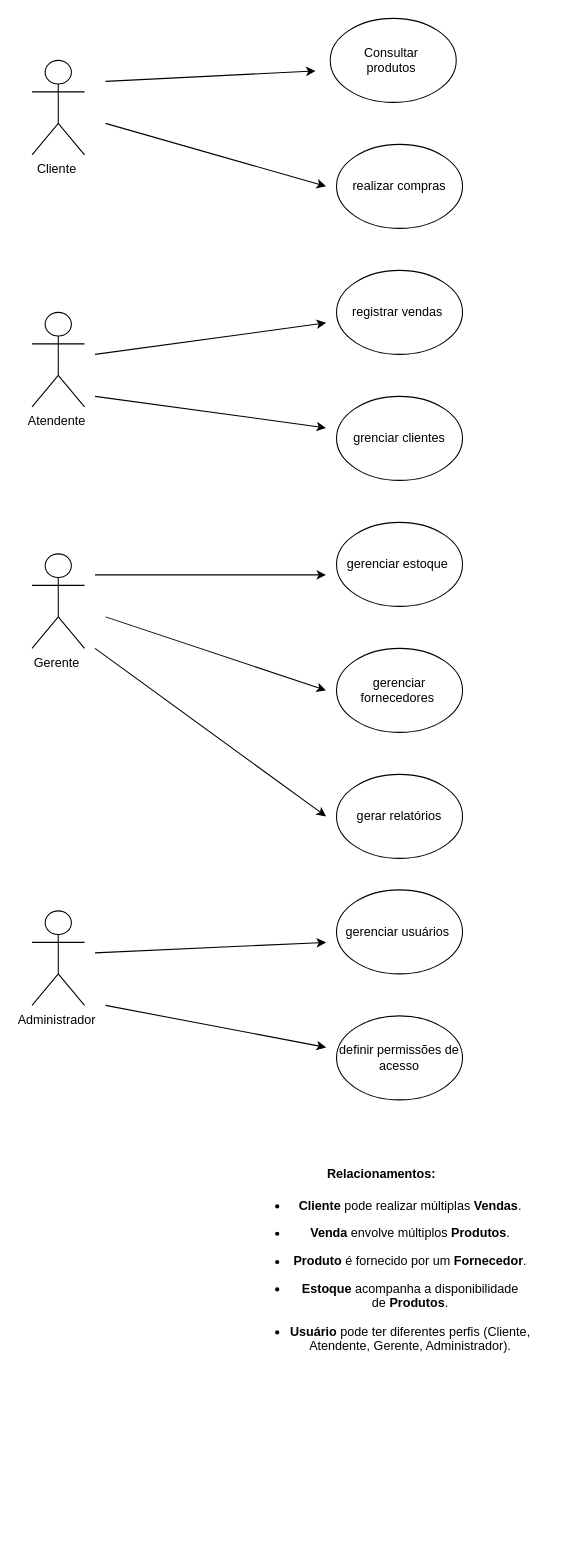
The draw.io diagram page "Página-1" (1 of 2) of Diagrama sem nome.drawio in anacarolinaetchepare/diagramasderequisitos, before the edit. Source tidied: cells renumbered, new cells numbered last; positions are measured from the earlier drawing's top-left corner, leaving out a move shared by most shapes. Both pictures are drawn from the tidied source at 105%, with x=0, y=0 at pixel (32, 18).
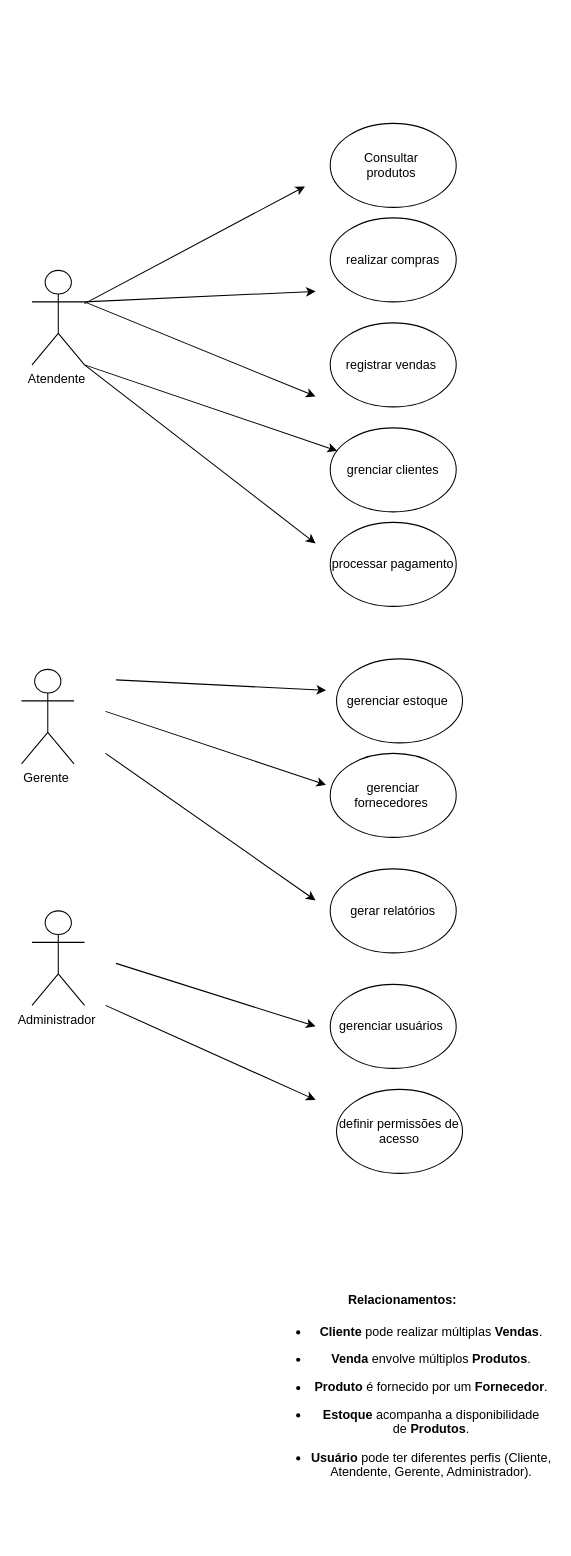
The same page after the edit.

What changed in the source:
```diff
@@
-    <mxCell id="2" value="Cliente&amp;nbsp;" style="shape=umlActor;verticalLabelPosition=bottom;verticalAlign=top;html=1;" parent="1" vertex="1">
-      <mxGeometry y="40" width="50" height="90" as="geometry" />
-    </mxCell>
     <mxCell id="3" value="Consultar&amp;nbsp;&lt;div&gt;produtos&amp;nbsp;&lt;/div&gt;" style="ellipse;whiteSpace=wrap;html=1;" parent="1" vertex="1">
-      <mxGeometry x="284" width="120" height="80" as="geometry" />
+      <mxGeometry x="284" y="100" width="120" height="80" as="geometry" />
     </mxCell>
     <mxCell id="4" value="realizar compras" style="ellipse;whiteSpace=wrap;html=1;" parent="1" vertex="1">
-      <mxGeometry x="290" y="120" width="120" height="80" as="geometry" />
+      <mxGeometry x="284" y="190" width="120" height="80" as="geometry" />
     </mxCell>
     <mxCell id="5" value="registrar vendas&amp;nbsp;" style="ellipse;whiteSpace=wrap;html=1;" parent="1" vertex="1">
-      <mxGeometry x="290" y="240" width="120" height="80" as="geometry" />
+      <mxGeometry x="284" y="290" width="120" height="80" as="geometry" />
     </mxCell>
     <mxCell id="6" value="grenciar clientes" style="ellipse;whiteSpace=wrap;html=1;" parent="1" vertex="1">
-      <mxGeometry x="290" y="360" width="120" height="80" as="geometry" />
+      <mxGeometry x="284" y="390" width="120" height="80" as="geometry" />
     </mxCell>
     <mxCell id="7" value="gerenciar estoque&amp;nbsp;" style="ellipse;whiteSpace=wrap;html=1;" parent="1" vertex="1">
-      <mxGeometry x="290" y="480" width="120" height="80" as="geometry" />
+      <mxGeometry x="290" y="610" width="120" height="80" as="geometry" />
     </mxCell>
     <mxCell id="8" value="gerenciar fornecedores&amp;nbsp;" style="ellipse;whiteSpace=wrap;html=1;" parent="1" vertex="1">
-      <mxGeometry x="290" y="600" width="120" height="80" as="geometry" />
+      <mxGeometry x="284" y="700" width="120" height="80" as="geometry" />
     </mxCell>
     <mxCell id="9" value="gerar relatórios" style="ellipse;whiteSpace=wrap;html=1;" parent="1" vertex="1">
-      <mxGeometry x="290" y="720" width="120" height="80" as="geometry" />
+      <mxGeometry x="284" y="810" width="120" height="80" as="geometry" />
     </mxCell>
     <mxCell id="10" value="gerenciar usuários&amp;nbsp;" style="ellipse;whiteSpace=wrap;html=1;" parent="1" vertex="1">
-      <mxGeometry x="290" y="830" width="120" height="80" as="geometry" />
+      <mxGeometry x="284" y="920" width="120" height="80" as="geometry" />
     </mxCell>
     <mxCell id="11" value="definir permissões de acesso" style="ellipse;whiteSpace=wrap;html=1;" parent="1" vertex="1">
-      <mxGeometry x="290" y="950" width="120" height="80" as="geometry" />
+      <mxGeometry x="290" y="1020" width="120" height="80" as="geometry" />
     </mxCell>
-    <mxCell id="12" style="endArrow=classic;html=1;rounded=0;" parent="1" edge="1">
-      <mxGeometry relative="1" as="geometry">
-        <mxPoint x="70" y="60" as="sourcePoint" />
-        <mxPoint x="270" y="50" as="targetPoint" />
-      </mxGeometry>
-    </mxCell>
-    <mxCell id="13" style="endArrow=classic;html=1;rounded=0;" parent="1" edge="1">
-      <mxGeometry relative="1" as="geometry">
-        <mxPoint x="70" y="100" as="sourcePoint" />
-        <mxPoint x="280" y="160" as="targetPoint" />
-      </mxGeometry>
-    </mxCell>
     <mxCell id="14" value="Atendente&amp;nbsp;" style="shape=umlActor;verticalLabelPosition=bottom;verticalAlign=top;html=1;outlineConnect=0;" parent="1" vertex="1">
-      <mxGeometry y="280" width="50" height="90" as="geometry" />
+      <mxGeometry y="240" width="50" height="90" as="geometry" />
     </mxCell>
-    <mxCell id="15" style="endArrow=classic;html=1;rounded=0;" parent="1" edge="1">
+    <mxCell id="15" style="endArrow=classic;html=1;rounded=0;exitX=1;exitY=0.3333333333333333;exitDx=0;exitDy=0;exitPerimeter=0;" parent="1" edge="1" source="14">
       <mxGeometry relative="1" as="geometry">
-        <mxPoint x="60" y="320" as="sourcePoint" />
-        <mxPoint x="280" y="290" as="targetPoint" />
+        <mxPoint x="270" y="260" as="targetPoint" />
       </mxGeometry>
     </mxCell>
-    <mxCell id="16" style="endArrow=classic;html=1;rounded=0;" parent="1" edge="1">
-      <mxGeometry relative="1" as="geometry">
-        <mxPoint x="60" y="360" as="sourcePoint" />
-        <mxPoint x="280" y="390" as="targetPoint" />
-      </mxGeometry>
+    <mxCell id="16" style="endArrow=classic;html=1;rounded=0;exitX=1;exitY=1;exitDx=0;exitDy=0;exitPerimeter=0;" parent="1" edge="1" source="14" target="6">
+      <mxGeometry relative="1" as="geometry" />
     </mxCell>
     <mxCell id="17" value="Gerente&amp;nbsp;" style="shape=umlActor;verticalLabelPosition=bottom;verticalAlign=top;html=1;" parent="1" vertex="1">
-      <mxGeometry y="510" width="50" height="90" as="geometry" />
+      <mxGeometry x="-10" y="620" width="50" height="90" as="geometry" />
     </mxCell>
-    <mxCell id="18" style="endArrow=classic;html=1;rounded=0;" parent="1" edge="1">
+    <mxCell id="18" style="endArrow=classic;html=1;rounded=0;exitX=1;exitY=1;exitDx=0;exitDy=0;exitPerimeter=0;" parent="1" edge="1" source="14">
       <mxGeometry relative="1" as="geometry">
-        <mxPoint x="60" y="530" as="sourcePoint" />
-        <mxPoint x="280" y="530" as="targetPoint" />
+        <mxPoint x="270" y="500" as="targetPoint" />
       </mxGeometry>
     </mxCell>
     <mxCell id="19" style="endArrow=classic;html=1;rounded=0;" parent="1" edge="1">
       <mxGeometry relative="1" as="geometry">
-        <mxPoint x="70" y="570" as="sourcePoint" />
-        <mxPoint x="280" y="640" as="targetPoint" />
+        <mxPoint x="70" y="660" as="sourcePoint" />
+        <mxPoint x="280" y="730" as="targetPoint" />
       </mxGeometry>
     </mxCell>
     <mxCell id="20" style="endArrow=classic;html=1;rounded=0;" parent="1" edge="1">
       <mxGeometry relative="1" as="geometry">
-        <mxPoint x="60" y="600" as="sourcePoint" />
-        <mxPoint x="280" y="760" as="targetPoint" />
+        <mxPoint x="70" y="700" as="sourcePoint" />
+        <mxPoint x="270" y="840" as="targetPoint" />
       </mxGeometry>
     </mxCell>
@@
     <mxCell id="22" style="endArrow=classic;html=1;rounded=0;" parent="1" edge="1">
       <mxGeometry relative="1" as="geometry">
-        <mxPoint x="60" y="890" as="sourcePoint" />
-        <mxPoint x="280" y="880" as="targetPoint" />
+        <mxPoint x="80" y="900" as="sourcePoint" />
+        <mxPoint x="270" y="960" as="targetPoint" />
       </mxGeometry>
     </mxCell>
     <mxCell id="23" style="endArrow=classic;html=1;rounded=0;" parent="1" edge="1">
       <mxGeometry relative="1" as="geometry">
         <mxPoint x="70" y="940" as="sourcePoint" />
-        <mxPoint x="280" y="980" as="targetPoint" />
+        <mxPoint x="270" y="1030" as="targetPoint" />
       </mxGeometry>
     </mxCell>
     <mxCell id="24" value="&#10;&lt;h4&gt;&lt;strong&gt;Relacionamentos:&lt;/strong&gt;&lt;/h4&gt;&lt;ul&gt;&lt;li style=&quot;margin-left: 15px;&quot;&gt;&lt;p&gt;&lt;strong&gt;Cliente&lt;/strong&gt;&lt;span&gt;&amp;nbsp;&lt;/span&gt;pode realizar múltiplas&lt;span&gt;&amp;nbsp;&lt;/span&gt;&lt;strong&gt;Vendas&lt;/strong&gt;.&lt;/p&gt;&lt;/li&gt;&lt;li style=&quot;margin-left: 15px;&quot;&gt;&lt;p&gt;&lt;strong&gt;Venda&lt;/strong&gt;&lt;span&gt;&amp;nbsp;&lt;/span&gt;envolve múltiplos&lt;span&gt;&amp;nbsp;&lt;/span&gt;&lt;strong&gt;Produtos&lt;/strong&gt;.&lt;/p&gt;&lt;/li&gt;&lt;li style=&quot;margin-left: 15px;&quot;&gt;&lt;p&gt;&lt;strong&gt;Produto&lt;/strong&gt;&lt;span&gt;&amp;nbsp;&lt;/span&gt;é fornecido por um&lt;span&gt;&amp;nbsp;&lt;/span&gt;&lt;strong&gt;Fornecedor&lt;/strong&gt;.&lt;/p&gt;&lt;/li&gt;&lt;li style=&quot;margin-left: 15px;&quot;&gt;&lt;p&gt;&lt;strong&gt;Estoque&lt;/strong&gt;&lt;span&gt;&amp;nbsp;&lt;/span&gt;acompanha a disponibilidade de&lt;span&gt;&amp;nbsp;&lt;/span&gt;&lt;strong&gt;Produtos&lt;/strong&gt;.&lt;/p&gt;&lt;/li&gt;&lt;li style=&quot;margin-left: 15px;&quot;&gt;&lt;p&gt;&lt;strong&gt;Usuário&lt;/strong&gt;&lt;span&gt;&amp;nbsp;&lt;/span&gt;pode ter diferentes perfis (Cliente, Atendente, Gerente, Administrador).&lt;/p&gt;&lt;/li&gt;&lt;/ul&gt;&lt;div&gt;&lt;br style=&quot;color: rgb(80, 0, 80); font-family: Arial, Helvetica, sans-serif; font-size: small; font-style: normal; font-variant-ligatures: normal; font-variant-caps: normal; font-weight: 400; letter-spacing: normal; orphans: 2; text-align: start; text-indent: 0px; text-transform: none; widows: 2; word-spacing: 0px; -webkit-text-stroke-width: 0px; white-space: normal; background-color: rgb(255, 255, 255); text-decoration-thickness: initial; text-decoration-style: initial; text-decoration-color: initial;&quot;&gt;&#10;&#10;&lt;/div&gt;" style="text;html=1;align=center;verticalAlign=middle;whiteSpace=wrap;rounded=0;" parent="1" vertex="1">
-      <mxGeometry x="190" y="1180" width="286" height="30" as="geometry" />
+      <mxGeometry x="210" y="1300" width="286" height="30" as="geometry" />
     </mxCell>
+    <mxCell id="25" style="endArrow=classic;html=1;rounded=0;" parent="1" edge="1" source="14">
+      <mxGeometry relative="1" as="geometry">
+        <mxPoint x="260" y="160" as="targetPoint" />
+      </mxGeometry>
+    </mxCell>
+    <mxCell id="26" style="endArrow=classic;html=1;rounded=0;exitX=1;exitY=0.3333333333333333;exitDx=0;exitDy=0;exitPerimeter=0;" parent="1" edge="1" source="14">
+      <mxGeometry relative="1" as="geometry">
+        <mxPoint x="270" y="360" as="targetPoint" />
+      </mxGeometry>
+    </mxCell>
+    <mxCell id="27" style="endArrow=classic;html=1;rounded=0;" parent="1" edge="1">
+      <mxGeometry relative="1" as="geometry">
+        <mxPoint x="80" y="630" as="sourcePoint" />
+        <mxPoint x="280" y="640" as="targetPoint" />
+      </mxGeometry>
+    </mxCell>
+    <mxCell id="28" value="processar pagamento" style="ellipse;whiteSpace=wrap;html=1;" parent="1" vertex="1">
+      <mxGeometry x="284" y="480" width="120" height="80" as="geometry" />
+    </mxCell>
```
